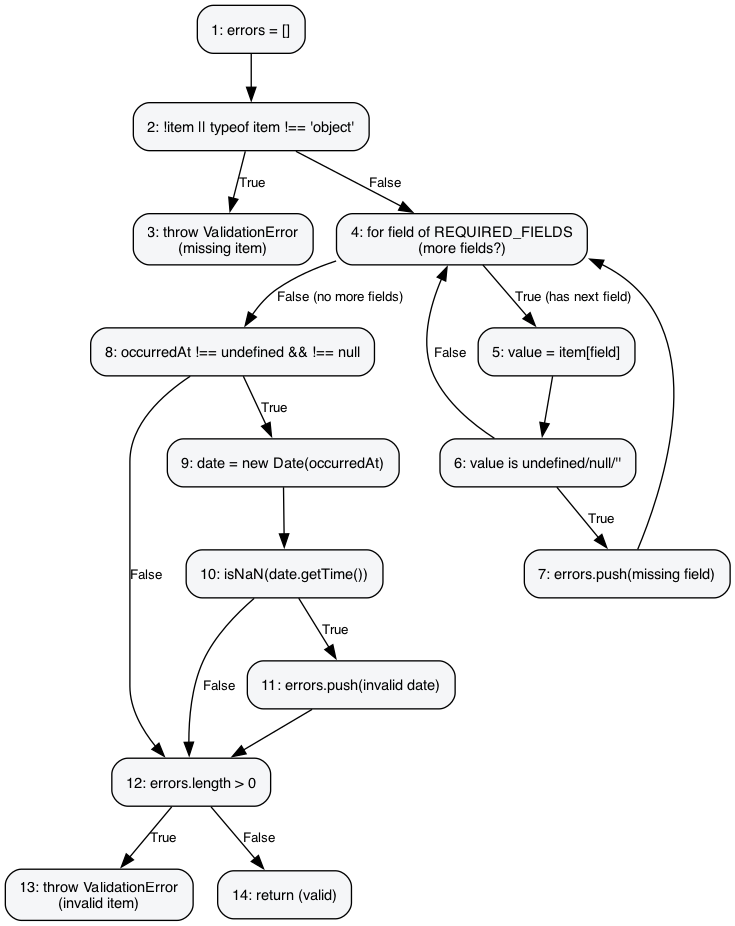
Before: report-assets/cfg/validateItemForMatching.png, a diagram exported from Graphviz (Meili1407/Software-Testing-LostFound). Its source is kept beside it as report-assets/cfg/validateItemForMatching.dot.
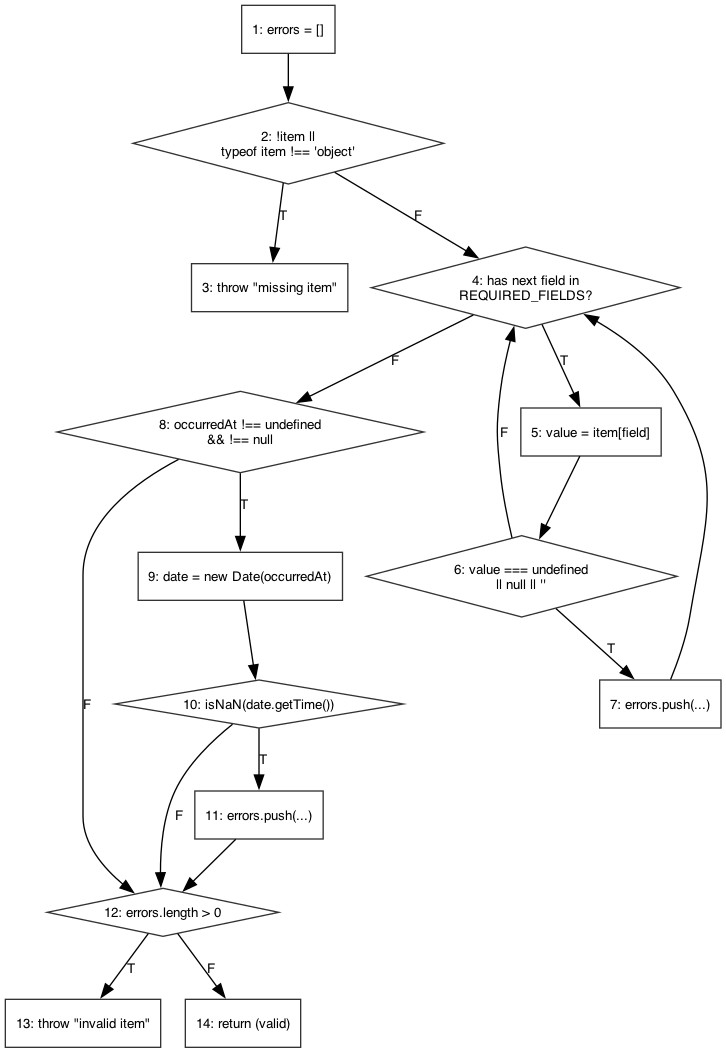
The same diagram one commit later.

Diff of the diagram source:
```diff
@@ -1,38 +1,38 @@
 digraph validateItemForMatching {
   rankdir=TB;
-  node [shape=box, style="rounded,filled", fillcolor="#f5f6f8", fontname="Helvetica", fontsize=11, margin="0.15,0.1"];
+  node [shape=box, style="", fontname="Helvetica", fontsize=10, color="#333333"];
   edge [fontname="Helvetica", fontsize=10];
 
   N1 [label="1: errors = []"];
-  N2 [label="2: !item || typeof item !== 'object'"];
-  N3 [label="3: throw ValidationError\n(missing item)"];
-  N4 [label="4: for field of REQUIRED_FIELDS\n(more fields?)"];
+  N2 [shape=diamond, label="2: !item ||\ntypeof item !== 'object'"];
+  N3 [label="3: throw \"missing item\""];
+  N4 [shape=diamond, label="4: has next field in\nREQUIRED_FIELDS?"];
   N5 [label="5: value = item[field]"];
-  N6 [label="6: value is undefined/null/''"];
-  N7 [label="7: errors.push(missing field)"];
-  N8 [label="8: occurredAt !== undefined && !== null"];
+  N6 [shape=diamond, label="6: value === undefined\n|| null || ''"];
+  N7 [label="7: errors.push(...)"];
+  N8 [shape=diamond, label="8: occurredAt !== undefined\n&& !== null"];
   N9 [label="9: date = new Date(occurredAt)"];
-  N10 [label="10: isNaN(date.getTime())"];
-  N11 [label="11: errors.push(invalid date)"];
-  N12 [label="12: errors.length > 0"];
-  N13 [label="13: throw ValidationError\n(invalid item)"];
+  N10 [shape=diamond, label="10: isNaN(date.getTime())"];
+  N11 [label="11: errors.push(...)"];
+  N12 [shape=diamond, label="12: errors.length > 0"];
+  N13 [label="13: throw \"invalid item\""];
   N14 [label="14: return (valid)"];
 
   N1 -> N2;
-  N2 -> N3 [label="True"];
-  N2 -> N4 [label="False"];
-  N4 -> N5 [label="True (has next field)"];
+  N2 -> N3 [label="T"];
+  N2 -> N4 [label="F"];
+  N4 -> N5 [label="T"];
   N5 -> N6;
-  N6 -> N7 [label="True"];
-  N6 -> N4 [label="False"];
+  N6 -> N7 [label="T"];
+  N6 -> N4 [label="F"];
   N7 -> N4;
-  N4 -> N8 [label="False (no more fields)"];
-  N8 -> N9 [label="True"];
-  N8 -> N12 [label="False"];
+  N4 -> N8 [label="F"];
+  N8 -> N9 [label="T"];
   N9 -> N10;
-  N10 -> N11 [label="True"];
-  N10 -> N12 [label="False"];
+  N10 -> N11 [label="T"];
+  N10 -> N12 [label="F"];
   N11 -> N12;
-  N12 -> N13 [label="True"];
-  N12 -> N14 [label="False"];
+  N8 -> N12 [label="F"];
+  N12 -> N13 [label="T"];
+  N12 -> N14 [label="F"];
 }
```
